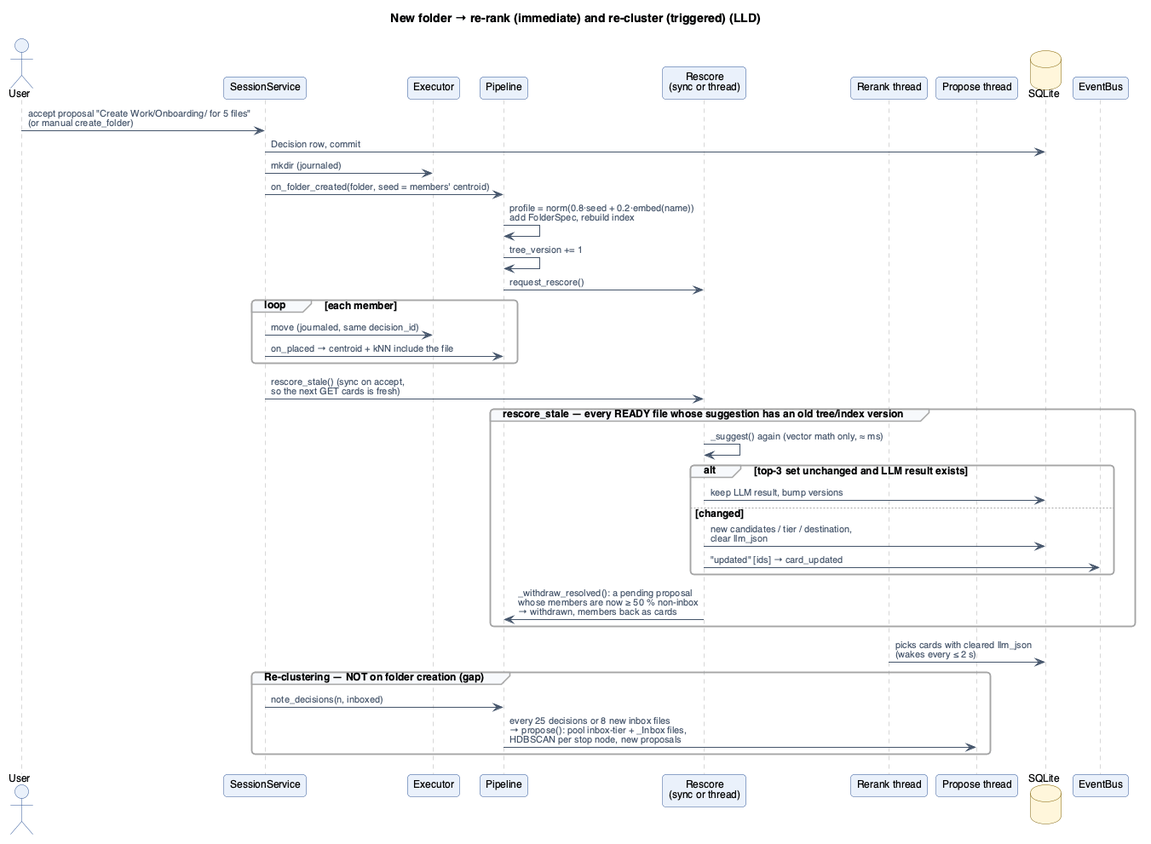
Above: docs/architecture/diagrams/lld-new-folder.png in adityam789/swipesort (PlantUML), before the change. The source it was exported from:
```plantuml
@startuml lld-new-folder
!include _style.iuml
title New folder → re-rank (immediate) and re-cluster (triggered) (LLD)

actor User
participant SessionService as Svc
participant Executor as Ex
participant "Pipeline" as P
participant "Rescore\n(sync or thread)" as RS
participant "Rerank thread" as RR
participant "Propose thread" as PR
database SQLite as DB
participant EventBus as Bus

User -> Svc : accept proposal "Create Work/Onboarding/ for 5 files"\n(or manual create_folder)
Svc -> DB : Decision row, commit
Svc -> Ex : mkdir (journaled)
Svc -> P : on_folder_created(folder, seed = members' centroid)
P -> P : profile = norm(0.8·seed + 0.2·embed(name))\nadd FolderSpec, rebuild index
P -> P : tree_version += 1
P -> RS : request_rescore()
loop each member
  Svc -> Ex : move (journaled, same decision_id)
  Svc -> P : on_placed → centroid + kNN include the file
end
Svc -> RS : rescore_stale() (sync on accept,\nso the next GET cards is fresh)

group rescore_stale — every READY file whose suggestion has an old tree/index version
  RS -> RS : _suggest() again (vector math only, ≈ ms)
  alt top-3 set unchanged and LLM result exists
    RS -> DB : keep LLM result, bump versions
  else changed
    RS -> DB : new candidates / tier / destination,\nclear llm_json
    RS -> Bus : "updated" [ids] → card_updated
  end
  RS -> P : _withdraw_resolved(): a pending proposal\nwhose members are now ≥ 50 % non-inbox\n→ withdrawn, members back as cards
end
RR -> DB : picks cards with cleared llm_json\n(wakes every ≤ 2 s)

group Re-clustering — NOT on folder creation (gap)
  Svc -> P : note_decisions(n, inboxed)
  P -> PR : every 25 decisions or 8 new inbox files\n→ propose(): pool inbox-tier + _Inbox files,\nHDBSCAN per stop node, new proposals
end
@enduml
```
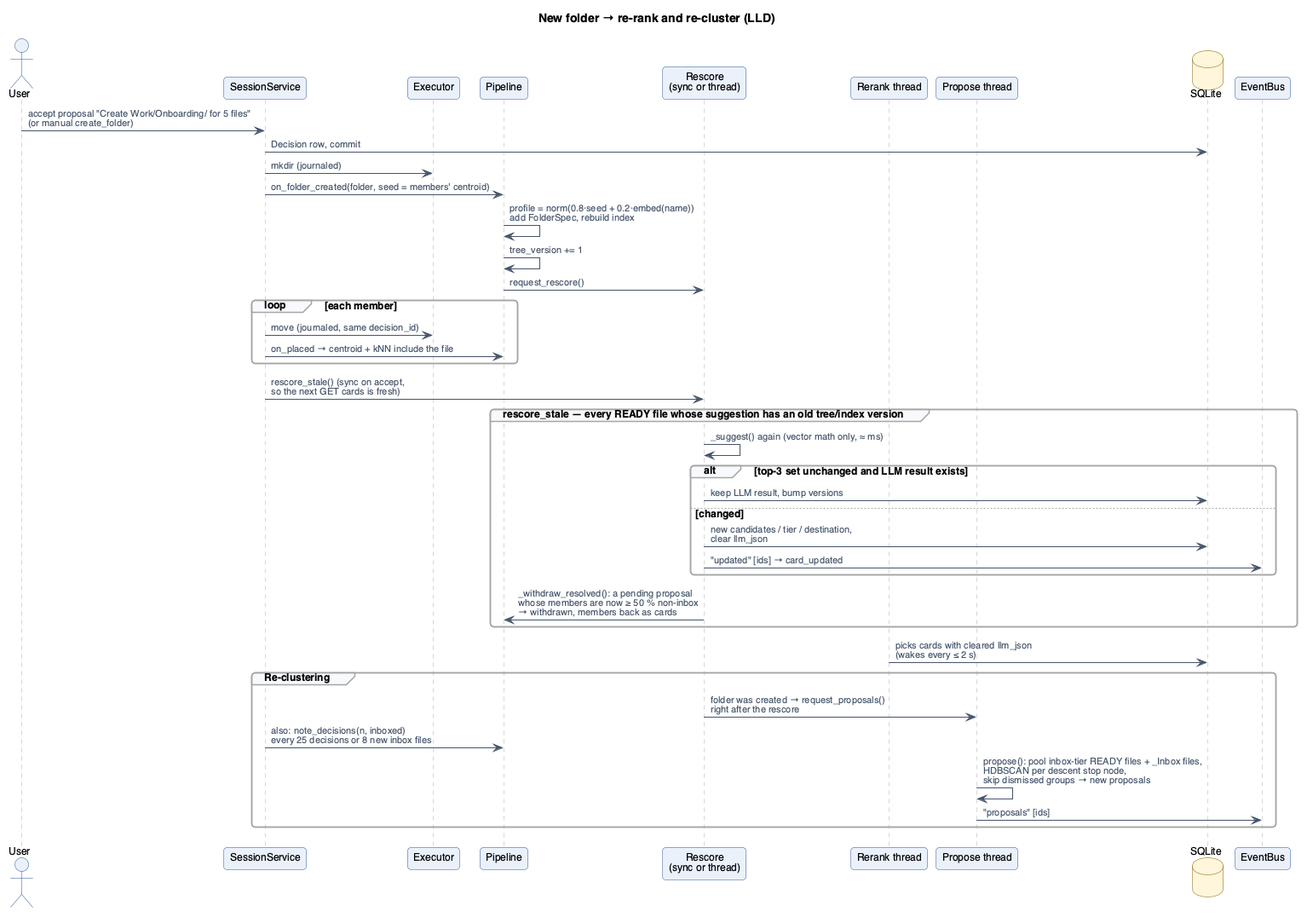
After the commit.

Diff of the diagram source:
```diff
@@ -1,6 +1,6 @@
 @startuml lld-new-folder
 !include _style.iuml
-title New folder → re-rank (immediate) and re-cluster (triggered) (LLD)
+title New folder → re-rank and re-cluster (LLD)
 
 actor User
 participant SessionService as Svc
@@ -37,8 +37,10 @@
 end
 RR -> DB : picks cards with cleared llm_json\n(wakes every ≤ 2 s)
 
-group Re-clustering — NOT on folder creation (gap)
-  Svc -> P : note_decisions(n, inboxed)
-  P -> PR : every 25 decisions or 8 new inbox files\n→ propose(): pool inbox-tier + _Inbox files,\nHDBSCAN per stop node, new proposals
+group Re-clustering
+  RS -> PR : folder was created → request_proposals()\nright after the rescore
+  Svc -> P : also: note_decisions(n, inboxed)\nevery 25 decisions or 8 new inbox files
+  PR -> PR : propose(): pool inbox-tier READY files + _Inbox files,\nHDBSCAN per descent stop node,\nskip dismissed groups → new proposals
+  PR -> Bus : "proposals" [ids]
 end
 @enduml
```
